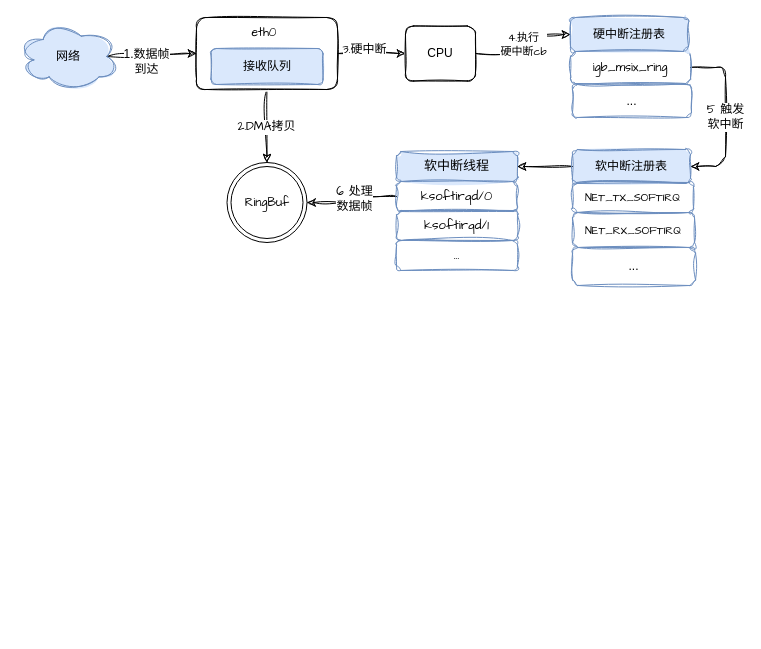
Above: linux收包.drawio in Fireplusplus/img (draw.io), before the change. Source tidied: cells renumbered, new cells numbered last; positions are measured from the earlier drawing's top-left corner, leaving out a move shared by most shapes. Both pictures are drawn from the tidied source at 100%, with x=0, y=0 at pixel (17, 17).
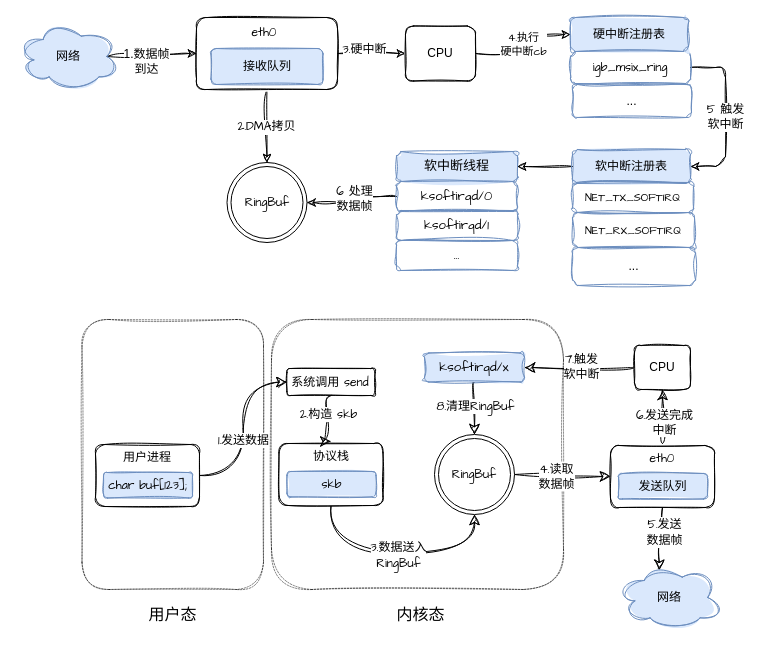
The same page after the edit.

Change to the diagram source:
```diff
@@
+    <mxCell id="30" style="rounded=1;whiteSpace=wrap;html=1;strokeWidth=0.5;fillWeight=4;hachureGap=8;hachureAngle=45;sketch=1;fillStyle=solid;dashed=1;" parent="1" vertex="1">
+      <mxGeometry x="254" y="302" width="292" height="270" as="geometry" />
+    </mxCell>
+    <mxCell id="31" style="rounded=1;whiteSpace=wrap;html=1;strokeWidth=0.5;fillWeight=4;hachureGap=8;hachureAngle=45;sketch=1;fillStyle=solid;dashed=1;" parent="1" vertex="1">
+      <mxGeometry x="64.5" y="302" width="181.5" height="270" as="geometry" />
+    </mxCell>
@@
+    <mxCell id="32" style="rounded=1;jettySize=auto;html=1;exitX=1;exitY=0.5;exitDx=0;exitDy=0;entryX=0;entryY=0.5;entryDx=0;entryDy=0;fontSize=12;startSize=8;endSize=8;sketch=1;curveFitting=1;jiggle=2;edgeStyle=orthogonalEdgeStyle;curved=1;" parent="1" edge="1" source="34" target="37">
+      <mxGeometry relative="1" as="geometry" />
+    </mxCell>
+    <mxCell id="33" value="&lt;font style=&quot;font-size: 12px;&quot; face=&quot;Comic Sans MS&quot;&gt;1.发送数据&lt;/font&gt;" style="edgeLabel;html=1;align=center;verticalAlign=middle;fontSize=12;" parent="32" vertex="1">
+      <mxGeometry x="-0.13" relative="1" as="geometry" />
+    </mxCell>
+    <mxCell id="34" style="rounded=1;whiteSpace=wrap;html=1;strokeWidth=1;fillWeight=4;hachureGap=8;hachureAngle=45;sketch=1;fillStyle=solid;" parent="1" vertex="1">
+      <mxGeometry x="78" y="427" width="104" height="62" as="geometry" />
+    </mxCell>
+    <mxCell id="35" value="&lt;font face=&quot;Comic Sans MS&quot;&gt;char buf[123];&lt;/font&gt;" style="rounded=1;whiteSpace=wrap;html=1;strokeWidth=1;fillWeight=4;hachureGap=8;hachureAngle=45;fillColor=#dae8fc;sketch=1;fillStyle=solid;strokeColor=#6c8ebf;" parent="1" vertex="1">
+      <mxGeometry x="86" y="455" width="89" height="25.5" as="geometry" />
+    </mxCell>
+    <mxCell id="36" value="&lt;font face=&quot;Comic Sans MS&quot;&gt;用户进程&lt;/font&gt;" style="text;html=1;align=center;verticalAlign=middle;whiteSpace=wrap;rounded=0;" parent="1" vertex="1">
+      <mxGeometry x="100" y="425" width="60" height="30" as="geometry" />
+    </mxCell>
+    <mxCell id="37" value="&lt;font face=&quot;Comic Sans MS&quot;&gt;系统调用 send&lt;/font&gt;" style="rounded=1;whiteSpace=wrap;html=1;strokeWidth=1;fillWeight=4;hachureGap=8;hachureAngle=45;sketch=1;fillStyle=solid;" parent="1" vertex="1">
+      <mxGeometry x="269.4" y="351" width="88.2" height="27" as="geometry" />
+    </mxCell>
+    <mxCell id="38" style="edgeStyle=orthogonalEdgeStyle;curved=1;rounded=0;jettySize=auto;html=1;fontSize=12;startSize=8;endSize=8;entryX=0;entryY=0.5;entryDx=0;entryDy=0;sketch=1;curveFitting=1;jiggle=2;" parent="1" edge="1" source="40" target="49">
+      <mxGeometry relative="1" as="geometry" />
+    </mxCell>
+    <mxCell id="39" value="&lt;font face=&quot;Comic Sans MS&quot;&gt;4.读取&lt;/font&gt;&lt;div&gt;&lt;font face=&quot;paQYomSMRuil9c_VNprH&quot;&gt;数据帧&lt;/font&gt;&lt;/div&gt;" style="edgeLabel;html=1;align=center;verticalAlign=middle;fontSize=12;" parent="38" vertex="1">
+      <mxGeometry x="0.02" y="-1" relative="1" as="geometry">
+        <mxPoint x="-7" y="-2" as="offset" />
+      </mxGeometry>
+    </mxCell>
+    <mxCell id="40" value="&lt;font face=&quot;Comic Sans MS&quot;&gt;RingBuf&lt;/font&gt;" style="ellipse;shape=doubleEllipse;whiteSpace=wrap;html=1;" parent="1" vertex="1">
+      <mxGeometry x="417" y="417" width="80" height="80" as="geometry" />
+    </mxCell>
+    <mxCell id="41" style="edgeStyle=orthogonalEdgeStyle;curved=1;rounded=0;jettySize=auto;html=1;exitX=0;exitY=0.5;exitDx=0;exitDy=0;entryX=1;entryY=0.5;entryDx=0;entryDy=0;fontSize=12;startSize=8;endSize=8;sketch=1;curveFitting=1;jiggle=2;" parent="1" edge="1" source="43" target="62">
+      <mxGeometry relative="1" as="geometry" />
+    </mxCell>
+    <mxCell id="42" value="&lt;font face=&quot;Comic Sans MS&quot;&gt;7.触发&lt;/font&gt;&lt;div&gt;&lt;font face=&quot;iVJOnlfb-vkHThMNymy2&quot;&gt;软中断&lt;/font&gt;&lt;/div&gt;" style="edgeLabel;html=1;align=center;verticalAlign=middle;fontSize=12;" parent="41" vertex="1">
+      <mxGeometry x="-0.01" y="-2" relative="1" as="geometry" />
+    </mxCell>
+    <mxCell id="43" value="CPU" style="rounded=1;whiteSpace=wrap;html=1;strokeWidth=1;fillWeight=4;hachureGap=8;hachureAngle=45;sketch=1;fillStyle=solid;" parent="1" vertex="1">
+      <mxGeometry x="617" y="328" width="56" height="44" as="geometry" />
+    </mxCell>
+    <mxCell id="44" style="edgeStyle=orthogonalEdgeStyle;curved=1;rounded=0;jettySize=auto;html=1;exitX=0.5;exitY=1;exitDx=0;exitDy=0;entryX=0.5;entryY=1;entryDx=0;entryDy=0;fontSize=12;startSize=8;endSize=8;sketch=1;curveFitting=1;jiggle=2;" parent="1" edge="1" source="46" target="40">
+      <mxGeometry relative="1" as="geometry">
+        <Array as="points">
+          <mxPoint x="314" y="536" />
+          <mxPoint x="457" y="536" />
+        </Array>
+      </mxGeometry>
+    </mxCell>
+    <mxCell id="45" value="&lt;font face=&quot;Comic Sans MS&quot;&gt;3.数据送入&lt;/font&gt;&lt;div&gt;&lt;font face=&quot;Comic Sans MS&quot;&gt;RingBuf&lt;/font&gt;&lt;/div&gt;" style="edgeLabel;html=1;align=center;verticalAlign=middle;fontSize=12;" parent="44" vertex="1">
+      <mxGeometry y="-1" relative="1" as="geometry" />
+    </mxCell>
+    <mxCell id="46" style="rounded=1;whiteSpace=wrap;html=1;strokeWidth=1;fillWeight=4;hachureGap=8;hachureAngle=45;sketch=1;fillStyle=solid;" parent="1" vertex="1">
+      <mxGeometry x="261.5" y="426" width="104" height="62" as="geometry" />
+    </mxCell>
+    <mxCell id="47" value="&lt;font face=&quot;Comic Sans MS&quot;&gt;skb&lt;/font&gt;" style="rounded=1;whiteSpace=wrap;html=1;strokeWidth=1;fillWeight=4;hachureGap=8;hachureAngle=45;fillColor=#dae8fc;sketch=1;fillStyle=solid;strokeColor=#6c8ebf;" parent="1" vertex="1">
+      <mxGeometry x="269.5" y="454" width="89" height="25.5" as="geometry" />
+    </mxCell>
+    <mxCell id="48" value="&lt;font face=&quot;Comic Sans MS&quot;&gt;协议栈&lt;/font&gt;" style="text;html=1;align=center;verticalAlign=middle;whiteSpace=wrap;rounded=0;" parent="1" vertex="1">
+      <mxGeometry x="283.5" y="424" width="60" height="30" as="geometry" />
+    </mxCell>
+    <mxCell id="49" style="rounded=1;whiteSpace=wrap;html=1;strokeWidth=1;fillWeight=4;hachureGap=8;hachureAngle=45;sketch=1;fillStyle=solid;" parent="1" vertex="1">
+      <mxGeometry x="593" y="428" width="104" height="62" as="geometry" />
+    </mxCell>
+    <mxCell id="50" value="&lt;font face=&quot;Comic Sans MS&quot;&gt;发送队列&lt;/font&gt;" style="rounded=1;whiteSpace=wrap;html=1;strokeWidth=1;fillWeight=4;hachureGap=8;hachureAngle=45;fillColor=#dae8fc;sketch=1;fillStyle=solid;strokeColor=#6c8ebf;" parent="1" vertex="1">
+      <mxGeometry x="601" y="456" width="89" height="25.5" as="geometry" />
+    </mxCell>
+    <mxCell id="51" style="edgeStyle=orthogonalEdgeStyle;curved=1;rounded=0;jettySize=auto;html=1;exitX=0.5;exitY=0;exitDx=0;exitDy=0;entryX=0.5;entryY=1;entryDx=0;entryDy=0;fontSize=12;startSize=8;endSize=8;sketch=1;curveFitting=1;jiggle=2;" parent="1" edge="1" source="53" target="43">
+      <mxGeometry relative="1" as="geometry" />
+    </mxCell>
+    <mxCell id="52" value="&lt;font face=&quot;Comic Sans MS&quot;&gt;6.发送完成&lt;/font&gt;&lt;div&gt;&lt;font face=&quot;udkL7ShsZtHAN1GeD-qQ&quot;&gt;中断&lt;/font&gt;&lt;/div&gt;" style="edgeLabel;html=1;align=center;verticalAlign=middle;fontSize=12;" parent="51" vertex="1">
+      <mxGeometry x="0.06" relative="1" as="geometry">
+        <mxPoint x="1" y="7" as="offset" />
+      </mxGeometry>
+    </mxCell>
+    <mxCell id="53" value="&lt;font face=&quot;Comic Sans MS&quot;&gt;eth0&lt;/font&gt;" style="text;html=1;align=center;verticalAlign=middle;whiteSpace=wrap;rounded=0;" parent="1" vertex="1">
+      <mxGeometry x="615" y="426" width="60" height="30" as="geometry" />
+    </mxCell>
+    <mxCell id="54" style="rounded=1;jettySize=auto;html=1;exitX=0.5;exitY=1;exitDx=0;exitDy=0;entryX=0.5;entryY=0;entryDx=0;entryDy=0;fontSize=12;startSize=8;endSize=8;sketch=1;curveFitting=1;jiggle=2;edgeStyle=orthogonalEdgeStyle;curved=1;" parent="1" edge="1" source="37" target="48">
+      <mxGeometry relative="1" as="geometry">
+        <Array as="points">
+          <mxPoint x="310" y="378" />
+          <mxPoint x="310" y="424" />
+        </Array>
+      </mxGeometry>
+    </mxCell>
+    <mxCell id="55" value="&lt;font face=&quot;Comic Sans MS&quot;&gt;2.构造 skb&lt;/font&gt;" style="edgeLabel;html=1;align=center;verticalAlign=middle;fontSize=12;" parent="54" vertex="1">
+      <mxGeometry x="-0.18" relative="1" as="geometry" />
+    </mxCell>
+    <mxCell id="56" style="edgeStyle=none;curved=1;rounded=0;orthogonalLoop=1;jettySize=auto;html=1;exitX=0.5;exitY=0;exitDx=0;exitDy=0;fontSize=12;startSize=8;endSize=8;" parent="1" edge="1" source="48" target="48">
+      <mxGeometry relative="1" as="geometry" />
+    </mxCell>
+    <mxCell id="57" style="rounded=1;jettySize=auto;html=1;exitX=0.5;exitY=1;exitDx=0;exitDy=0;entryX=0.4;entryY=0.1;entryDx=0;entryDy=0;fontSize=12;startSize=8;endSize=8;sketch=1;curveFitting=1;jiggle=2;edgeStyle=orthogonalEdgeStyle;curved=1;entryPerimeter=0;" parent="1" edge="1" source="49" target="59">
+      <mxGeometry relative="1" as="geometry" />
+    </mxCell>
+    <mxCell id="58" value="&lt;font style=&quot;font-size: 12px;&quot; face=&quot;Comic Sans MS&quot;&gt;5.发送&lt;/font&gt;&lt;div&gt;&lt;font style=&quot;font-size: 12px;&quot; face=&quot;Comic Sans MS&quot;&gt;数据帧&lt;/font&gt;&lt;/div&gt;" style="edgeLabel;html=1;align=center;verticalAlign=middle;fontSize=12;" parent="57" vertex="1">
+      <mxGeometry x="-0.13" relative="1" as="geometry">
+        <mxPoint x="2" y="-4" as="offset" />
+      </mxGeometry>
+    </mxCell>
+    <mxCell id="59" value="网络" style="ellipse;shape=cloud;whiteSpace=wrap;html=1;sketch=1;curveFitting=1;jiggle=2;shadow=0;textShadow=0;fillColor=#dae8fc;strokeColor=#6c8ebf;fillStyle=solid;" parent="1" vertex="1">
+      <mxGeometry x="601" y="546" width="102" height="68" as="geometry" />
+    </mxCell>
+    <mxCell id="60" style="edgeStyle=orthogonalEdgeStyle;curved=1;rounded=0;jettySize=auto;html=1;exitX=0.5;exitY=1;exitDx=0;exitDy=0;entryX=0.5;entryY=0;entryDx=0;entryDy=0;fontSize=12;startSize=8;endSize=8;sketch=1;curveFitting=1;jiggle=2;" parent="1" edge="1" source="62" target="40">
+      <mxGeometry relative="1" as="geometry" />
+    </mxCell>
+    <mxCell id="61" value="&lt;font face=&quot;Comic Sans MS&quot;&gt;8.清理RingBuf&lt;/font&gt;" style="edgeLabel;html=1;align=center;verticalAlign=middle;fontSize=12;" parent="60" vertex="1">
+      <mxGeometry x="-0.48" y="-1" relative="1" as="geometry">
+        <mxPoint x="1" y="10" as="offset" />
+      </mxGeometry>
+    </mxCell>
+    <mxCell id="62" value="&lt;font face=&quot;Comic Sans MS&quot;&gt;&lt;span style=&quot;font-size: 13px;&quot;&gt;ksoftirqd/x&lt;/span&gt;&lt;/font&gt;" style="rounded=1;whiteSpace=wrap;html=1;fillColor=#dae8fc;strokeColor=#6c8ebf;sketch=1;curveFitting=1;jiggle=2;fillStyle=solid;" parent="1" vertex="1">
+      <mxGeometry x="407" y="335.5" width="100" height="29" as="geometry" />
+    </mxCell>
+    <mxCell id="63" value="&lt;font face=&quot;Comic Sans MS&quot;&gt;用户态&lt;/font&gt;" style="text;html=1;align=center;verticalAlign=middle;strokeColor=none;fillColor=none;fontSize=16;" parent="1" vertex="1">
+      <mxGeometry x="121.5" y="582" width="66" height="32" as="geometry" />
+    </mxCell>
+    <mxCell id="64" value="&lt;font face=&quot;Comic Sans MS&quot;&gt;内核态&lt;/font&gt;" style="text;html=1;align=center;verticalAlign=middle;strokeColor=none;fillColor=none;fontSize=16;" parent="1" vertex="1">
+      <mxGeometry x="370" y="582" width="66" height="32" as="geometry" />
+    </mxCell>
```
